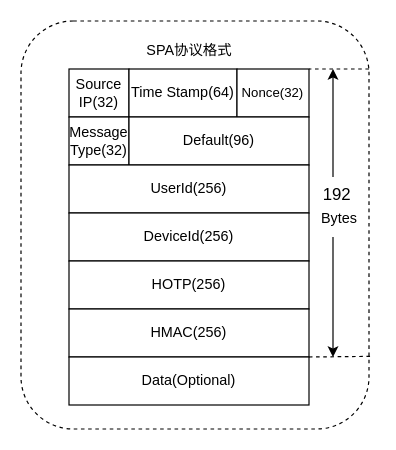
Before: testDirectory/SPA数据包格式.drawio in Moose1273/-, a draw.io diagram. Source tidied: cells renumbered, new cells numbered last; positions are measured from the earlier drawing's top-left corner, leaving out a move shared by most shapes. Both pictures are drawn from the tidied source at 120%, with x=0, y=0 at pixel (20, 20).
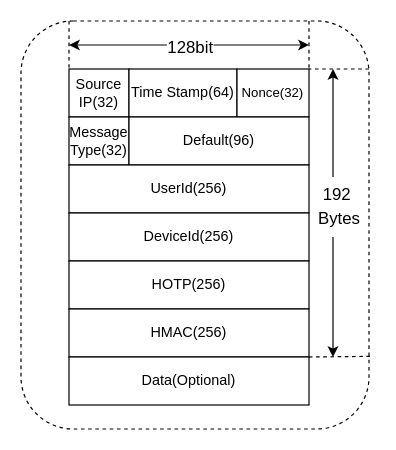
The same page after the edit.

Commit message:
更新SPA数据包格式.drawio

The change refers to these unchanged cells:
```xml
<mxCell id="2" style="rounded=1;whiteSpace=wrap;html=1;dashed=1;" parent="1" vertex="1">
  <mxGeometry width="290" height="340" as="geometry" />
</mxCell>
<mxCell id="3" value="&lt;font style=&quot;font-size: 12px;&quot;&gt;Source IP(32)&lt;/font&gt;" style="rounded=0;whiteSpace=wrap;html=1;" parent="1" vertex="1">
  <mxGeometry x="40" y="40" width="50" height="40" as="geometry" />
</mxCell>
```

Change to the diagram source:
```diff
@@
-    <mxCell id="16" value="SPA协议格式" style="text;html=1;align=center;verticalAlign=middle;strokeColor=none;fillColor=none;" parent="1" vertex="1">
-      <mxGeometry x="95" y="10" width="90" height="30" as="geometry" />
-    </mxCell>
-    <mxCell id="17" value="Bytes" style="text;html=1;align=center;verticalAlign=middle;strokeColor=none;fillColor=none;" parent="1" vertex="1">
-      <mxGeometry x="240" y="150" width="50" height="30" as="geometry" />
+    <mxCell id="17" value="&lt;font style=&quot;font-size: 14px;&quot;&gt;Bytes&lt;/font&gt;" style="text;html=1;align=center;verticalAlign=middle;strokeColor=none;fillColor=none;" parent="1" vertex="1">
+      <mxGeometry x="235" y="150" width="60" height="30" as="geometry" />
     </mxCell>
@@
+    <mxCell id="20" style="endArrow=none;html=1;rounded=0;entryX=0;entryY=0;entryDx=0;entryDy=0;dashed=1;exitX=0.138;exitY=0;exitDx=0;exitDy=0;exitPerimeter=0;" parent="1" edge="1" source="2" target="3">
+      <mxGeometry relative="1" as="geometry" />
+    </mxCell>
+    <mxCell id="21" style="endArrow=none;html=1;rounded=0;entryX=0;entryY=0;entryDx=0;entryDy=0;dashed=1;exitX=0.138;exitY=0;exitDx=0;exitDy=0;exitPerimeter=0;" parent="1" edge="1">
+      <mxGeometry relative="1" as="geometry">
+        <mxPoint x="240" as="sourcePoint" />
+        <mxPoint x="240" y="40" as="targetPoint" />
+      </mxGeometry>
+    </mxCell>
+    <mxCell id="22" style="endArrow=classic;startArrow=classic;html=1;rounded=0;" parent="1" edge="1">
+      <mxGeometry relative="1" as="geometry">
+        <mxPoint x="40" y="20" as="sourcePoint" />
+        <mxPoint x="240" y="20" as="targetPoint" />
+      </mxGeometry>
+    </mxCell>
+    <mxCell id="23" value="&lt;font style=&quot;font-size: 14px;&quot;&gt;128bit&lt;/font&gt;" style="edgeLabel;html=1;align=center;verticalAlign=middle;" parent="22" vertex="1">
+      <mxGeometry x="-0.09" y="-1" relative="1" as="geometry">
+        <mxPoint x="9" as="offset" />
+      </mxGeometry>
+    </mxCell>
```
